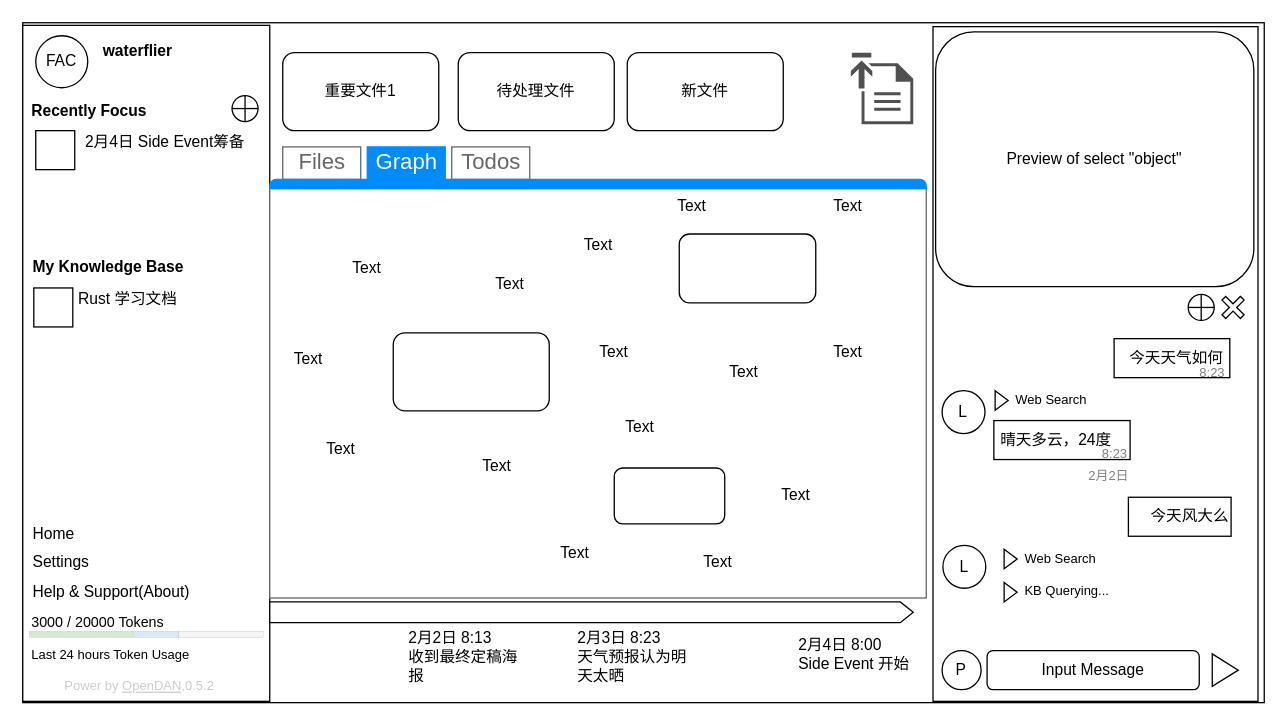
The draw.io diagram page "Knowlege Base" (5 of 5) of doc/PRD/AI App.drawio in buckyos/buckyos, before the edit. Source tidied: cells renumbered, new cells numbered last; positions are measured from the earlier drawing's top-left corner, leaving out a move shared by most shapes. Both pictures are drawn from the tidied source at 130%, with x=0, y=0 at pixel (22, 22).
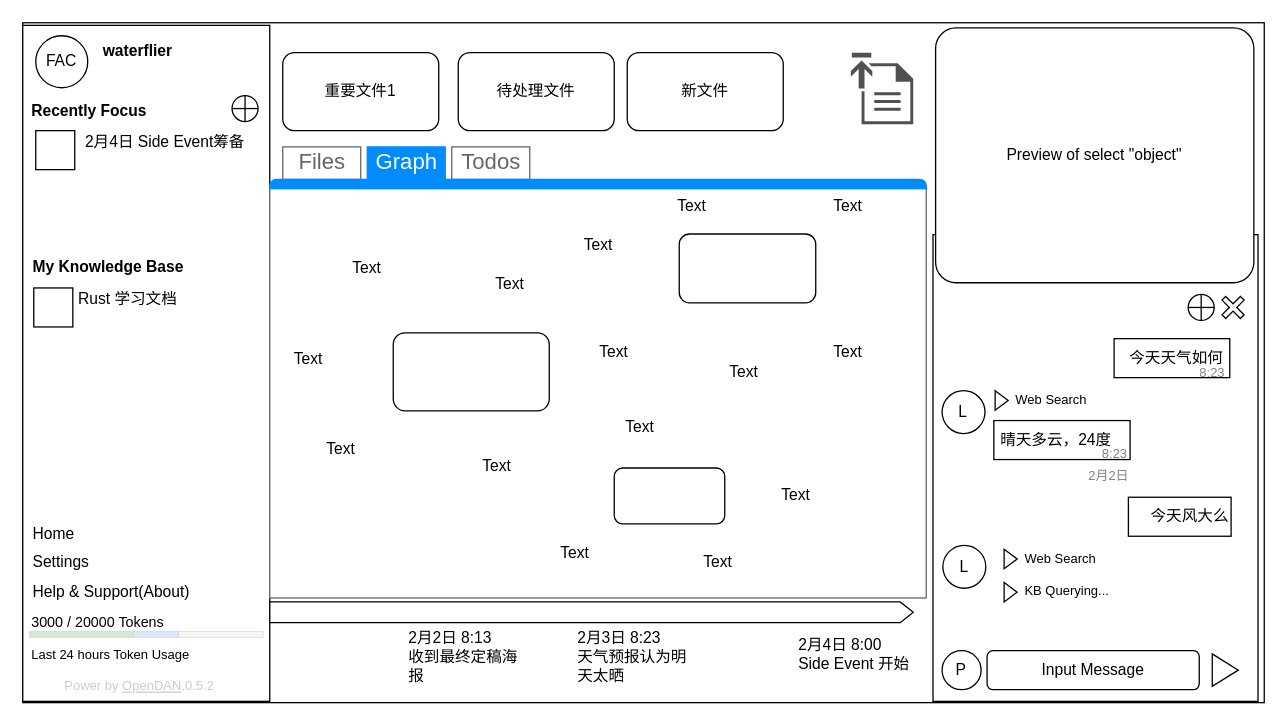
After the change.

Change to the diagram source:
```diff
@@
     <mxCell id="18" style="rounded=0;whiteSpace=wrap;html=1;" parent="1" vertex="1">
-      <mxGeometry x="700.2" y="3" width="250" height="519" as="geometry" />
+      <mxGeometry x="700.2" y="163" width="250" height="359" as="geometry" />
     </mxCell>
@@
-    <mxCell id="62" value="Preview of select &quot;object&quot;" style="rounded=1;whiteSpace=wrap;html=1;" parent="1" vertex="1">
-      <mxGeometry x="702.2" y="7" width="244.8" height="196" as="geometry" />
+    <mxCell id="62" value="Preview of select &quot;object&quot;" style="rounded=1;whiteSpace=wrap;html=1;arcSize=8;" parent="1" vertex="1">
+      <mxGeometry x="702.2" y="4" width="244.8" height="196" as="geometry" />
     </mxCell>
```
